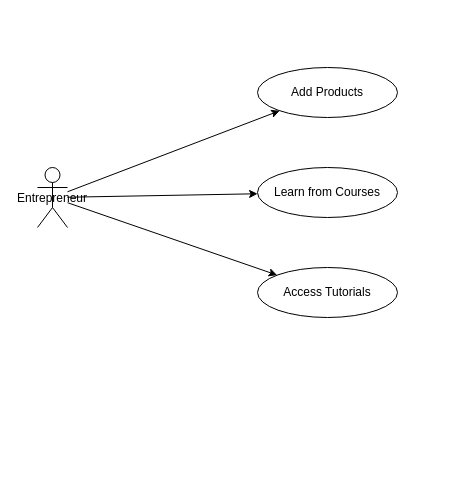
Harri200191/RuralRise keeps this draw.io diagram as flows/userRoles.drawio. Above is the earlier version. Source tidied: cells renumbered, new cells numbered last; positions are measured from the earlier drawing's top-left corner, leaving out a move shared by most shapes. Both pictures are drawn from the tidied source at 100%, with x=0, y=0 at pixel (37, 67).
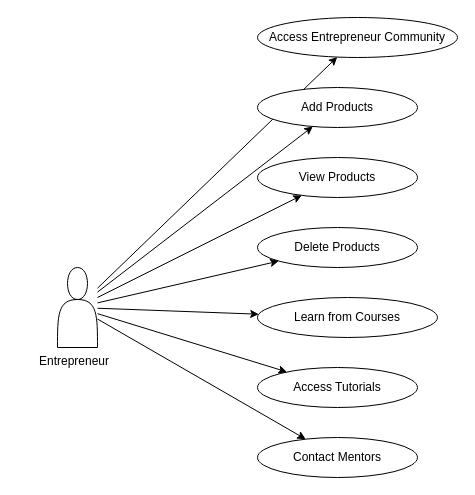
Above is the later version.

Commit message:
Roles of enterpreneurs featured

The edit, as a diff of the source:
```diff
@@
 <mxGraphModel>
   <root>
     <mxCell id="0" />
     <mxCell id="1" parent="0" />
-    <mxCell id="2" value="Entrepreneur" style="shape=umlActor;" parent="1" vertex="1">
-      <mxGeometry y="100" width="30" height="60" as="geometry" />
+    <mxCell id="2" style="shape=actor;whiteSpace=wrap;html=1;" parent="1" vertex="1">
+      <mxGeometry x="20" y="200" width="40" height="80" as="geometry" />
     </mxCell>
-    <mxCell id="3" value="Add Products" style="ellipse;whiteSpace=wrap;html=1;" parent="1" vertex="1">
-      <mxGeometry x="220" width="140" height="50" as="geometry" />
+    <mxCell id="3" value="Entrepreneur" style="text;html=1;whiteSpace=wrap;" parent="1" vertex="1">
+      <mxGeometry y="280" width="80" height="20" as="geometry" />
     </mxCell>
-    <mxCell id="4" value="Learn from Courses" style="ellipse;whiteSpace=wrap;html=1;" parent="1" vertex="1">
-      <mxGeometry x="220" y="100" width="140" height="50" as="geometry" />
+    <mxCell id="4" value="Access Entrepreneur Community" style="ellipse;whiteSpace=wrap;html=1;" parent="1" vertex="1">
+      <mxGeometry x="220" y="-50" width="200" height="40" as="geometry" />
     </mxCell>
-    <mxCell id="5" value="Access Tutorials" style="ellipse;whiteSpace=wrap;html=1;" parent="1" vertex="1">
-      <mxGeometry x="220" y="200" width="140" height="50" as="geometry" />
+    <mxCell id="5" parent="1" edge="1" source="2" target="4">
+      <mxGeometry relative="1" as="geometry" />
     </mxCell>
-    <mxCell id="6" parent="1" edge="1" source="2" target="3">
-      <mxGeometry relative="1" as="geometry" />
+    <mxCell id="6" value="Add Products" style="ellipse;whiteSpace=wrap;html=1;" parent="1" vertex="1">
+      <mxGeometry x="220" y="20" width="160" height="40" as="geometry" />
     </mxCell>
-    <mxCell id="7" parent="1" edge="1" source="2" target="4">
+    <mxCell id="7" parent="1" edge="1" source="2" target="6">
       <mxGeometry relative="1" as="geometry" />
     </mxCell>
-    <mxCell id="8" parent="1" edge="1" source="2" target="5">
-      <mxGeometry relative="1" as="geometry" />
+    <mxCell id="8" value="View Products" style="ellipse;whiteSpace=wrap;html=1;" parent="1" vertex="1">
+      <mxGeometry x="220" y="90" width="160" height="40" as="geometry" />
     </mxCell>
+    <mxCell id="9" parent="1" edge="1" source="2" target="8">
+      <mxGeometry relative="1" as="geometry" />
+    </mxCell>
+    <mxCell id="10" value="Delete Products" style="ellipse;whiteSpace=wrap;html=1;" parent="1" vertex="1">
+      <mxGeometry x="220" y="160" width="160" height="40" as="geometry" />
+    </mxCell>
+    <mxCell id="11" parent="1" edge="1" source="2" target="10">
+      <mxGeometry relative="1" as="geometry" />
+    </mxCell>
+    <mxCell id="12" value="Learn from Courses" style="ellipse;whiteSpace=wrap;html=1;" parent="1" vertex="1">
+      <mxGeometry x="220" y="230" width="180" height="40" as="geometry" />
+    </mxCell>
+    <mxCell id="13" parent="1" edge="1" source="2" target="12">
+      <mxGeometry relative="1" as="geometry" />
+    </mxCell>
+    <mxCell id="14" value="Access Tutorials" style="ellipse;whiteSpace=wrap;html=1;" parent="1" vertex="1">
+      <mxGeometry x="220" y="300" width="160" height="40" as="geometry" />
+    </mxCell>
+    <mxCell id="15" parent="1" edge="1" source="2" target="14">
+      <mxGeometry relative="1" as="geometry" />
+    </mxCell>
+    <mxCell id="16" value="Contact Mentors" style="ellipse;whiteSpace=wrap;html=1;" parent="1" vertex="1">
+      <mxGeometry x="220" y="370" width="160" height="40" as="geometry" />
+    </mxCell>
+    <mxCell id="17" parent="1" edge="1" source="2" target="16">
+      <mxGeometry relative="1" as="geometry" />
+    </mxCell>
   </root>
 </mxGraphModel>
```
